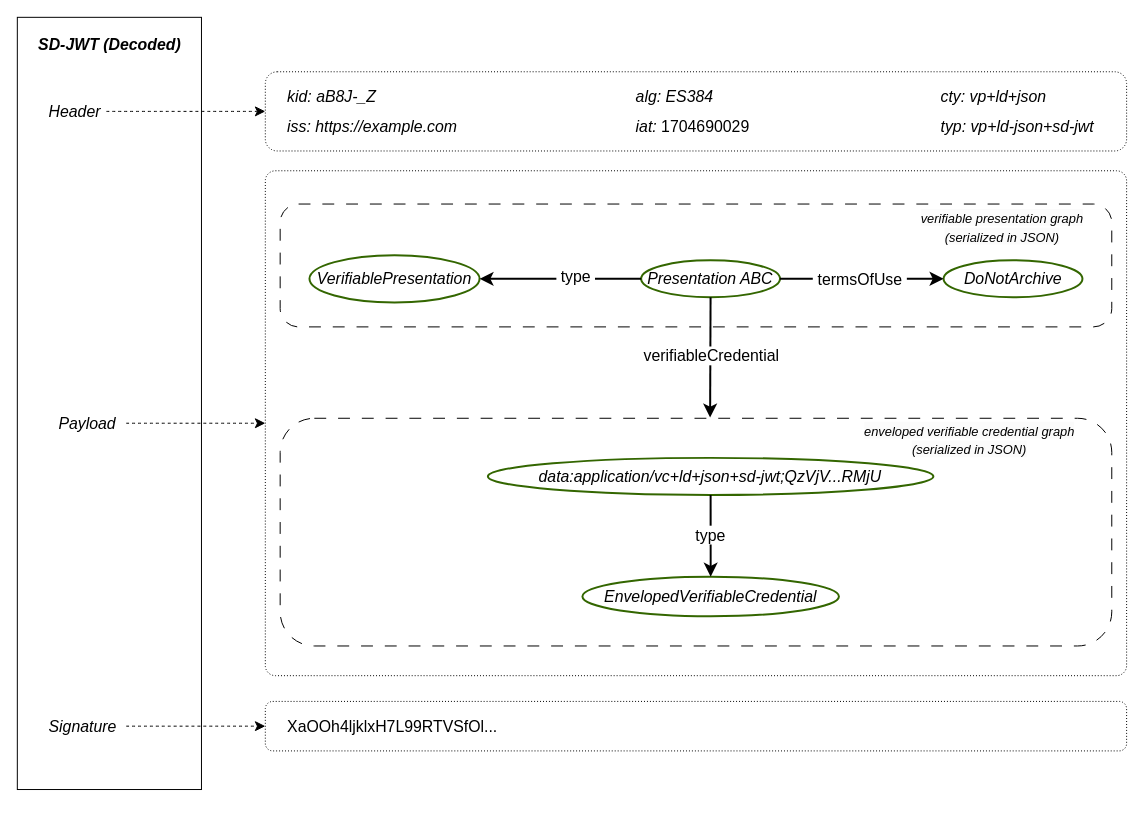
The draw.io diagram diagrams/vp-jwt.drawio in w3c/vc-data-model, before the edit. Source tidied: cells renumbered, new cells numbered last; positions are measured from the earlier drawing's top-left corner, leaving out a move shared by most shapes. Both pictures are drawn from the tidied source at 99%, with x=0, y=0 at pixel (17, 17).
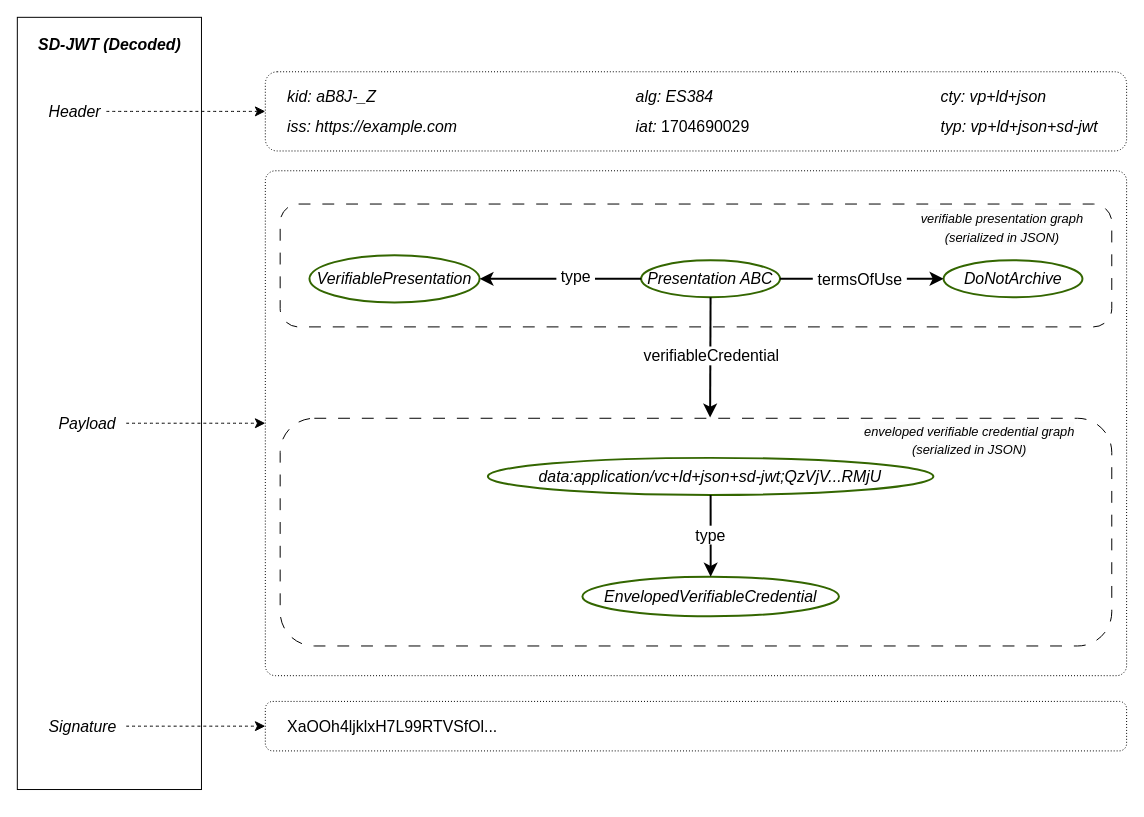
After the change.

The change refers to these unchanged cells:
```xml
<mxCell id="22" style="group;" parent="15" vertex="1">
  <mxGeometry x="660" width="170" height="60" as="geometry" />
</mxCell>
```

What changed in the source:
```diff
@@
-    <mxCell id="24" value="&lt;i&gt;typ: vp+ld-json+sd-jwt&lt;/i&gt;" style="text;strokeColor=none;fillColor=none;html=1;align=left;verticalAlign=middle;whiteSpace=wrap;rounded=0;fontSize=16;flipH=0;" parent="22" vertex="1">
+    <mxCell id="24" value="&lt;i&gt;typ: vp+ld+json+sd-jwt&lt;/i&gt;" style="text;strokeColor=none;fillColor=none;html=1;align=left;verticalAlign=middle;whiteSpace=wrap;rounded=0;fontSize=16;flipH=0;" parent="22" vertex="1">
       <mxGeometry y="30" width="170" height="30" as="geometry" />
     </mxCell>
```
